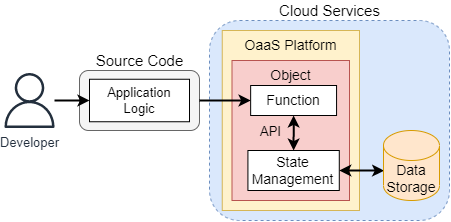
Earlier version of the draw.io export doc/diagrams/oaas_concept_v3.dio.png (hpcclab/OaaS). Source tidied: cells renumbered, new cells last; positions are measured from the earlier drawing's top-left corner, leaving out a move shared by most shapes.
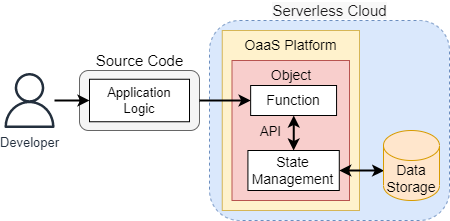
The same file after the commit.

The edit, as a diff of the source:
```diff
@@ -49,8 +49,8 @@
     <mxCell id="15" value="Source Code" style="text;html=1;align=center;verticalAlign=middle;strokeColor=none;fillColor=none;fontSize=15;" parent="1" vertex="1">
       <mxGeometry x="88" y="50" width="100" height="20" as="geometry" />
     </mxCell>
-    <mxCell id="16" value="Cloud Services" style="text;html=1;align=center;verticalAlign=middle;strokeColor=none;fillColor=none;fontSize=15;" parent="1" vertex="1">
-      <mxGeometry x="268" width="120" height="20" as="geometry" />
+    <mxCell id="16" value="&lt;span style=&quot;color: rgb(29 , 28 , 29) ; font-family: , , &amp;#34;applelogo&amp;#34; , sans-serif ; text-align: left ; background-color: rgb(248 , 248 , 248)&quot;&gt;Serverless Cloud&lt;/span&gt;" style="text;html=1;align=center;verticalAlign=middle;strokeColor=none;fillColor=none;fontSize=15;" parent="1" vertex="1">
+      <mxGeometry x="263" width="130" height="20" as="geometry" />
     </mxCell>
     <mxCell id="17" value="&lt;font style=&quot;font-size: 13px&quot;&gt;API&lt;/font&gt;" style="text;html=1;align=center;verticalAlign=middle;strokeColor=none;fillColor=none;fontSize=10;" parent="1" vertex="1">
       <mxGeometry x="249.1" y="121.2" width="40" height="20" as="geometry" />
```
